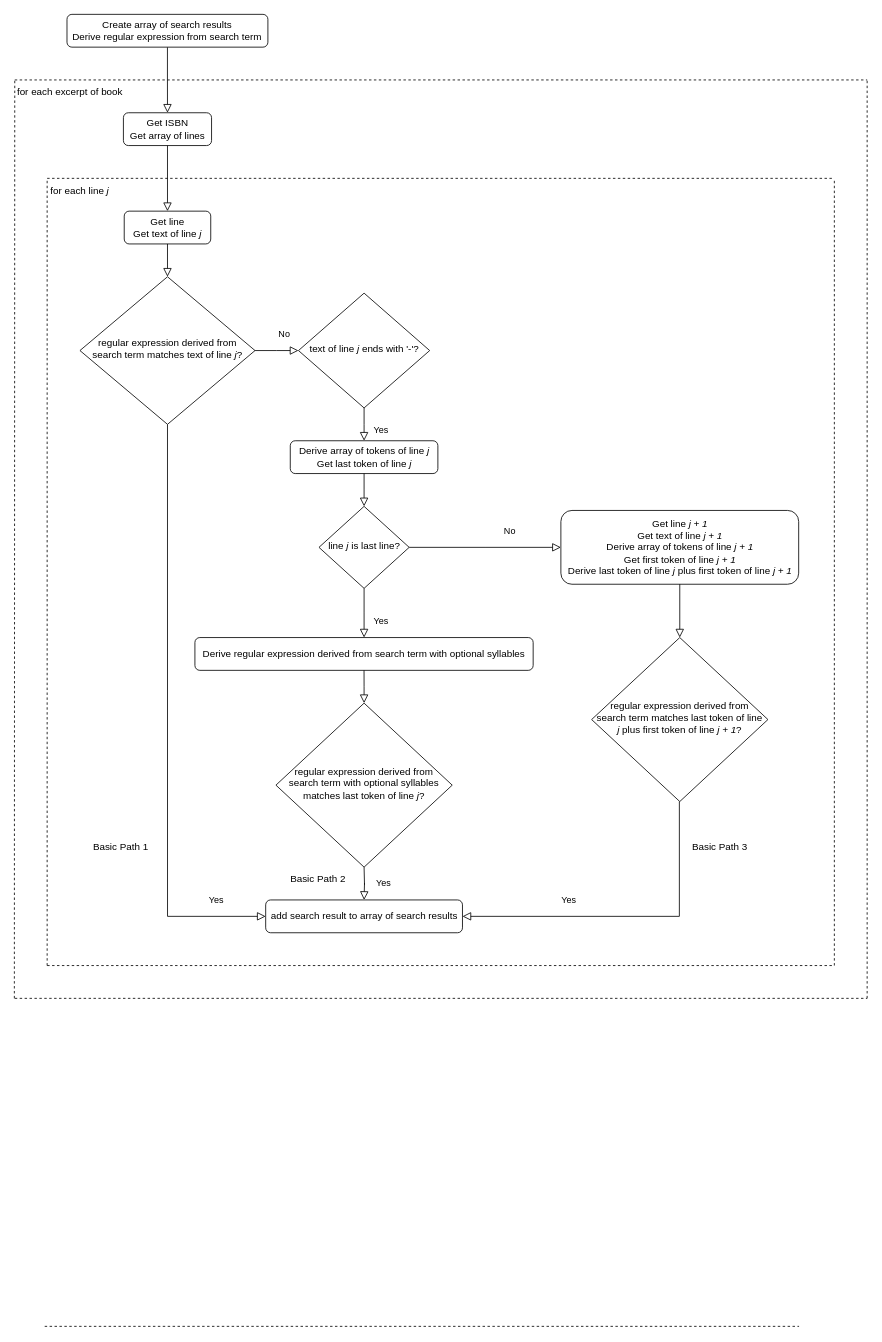
This is Flow_Chart_For_findSearchTermInBooks.drawio from tslever/usdc-find-search-term-in-books, a draw.io file, before an edit. Source tidied: cells renumbered, new cells numbered last; positions are measured from the earlier drawing's top-left corner, leaving out a move shared by most shapes. Both pictures are drawn from the tidied source at 82%, with x=0, y=0 at pixel (14, 14).
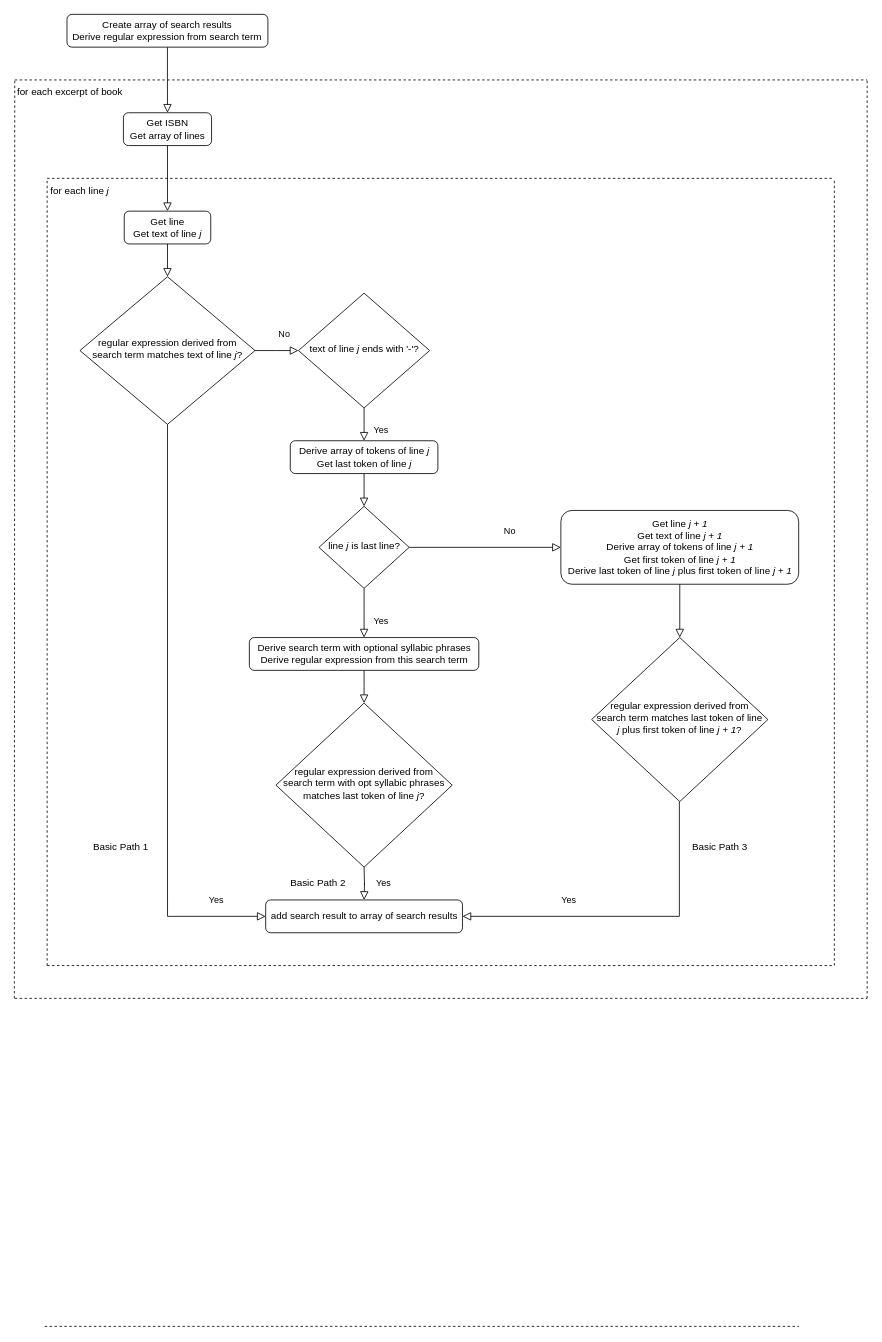
Above is the later version.

Commit message (it also covers changes not shown here):
Changed Optional Syllables to Optional Syllabic Phrases

The edit, as a diff of the source:
```diff
@@
-    <mxCell id="20" value="Derive regular expression derived from search term with optional syllables" style="rounded=1;whiteSpace=wrap;html=1;fontSize=12;glass=0;strokeWidth=1;shadow=0;" parent="1" vertex="1">
-      <mxGeometry x="220.2" y="760" width="412.5" height="40" as="geometry" />
+    <mxCell id="20" value="Derive search term with optional syllabic phrases&lt;br&gt;Derive regular expression from this search term" style="rounded=1;whiteSpace=wrap;html=1;fontSize=12;glass=0;strokeWidth=1;shadow=0;" parent="1" vertex="1">
+      <mxGeometry x="286.6" y="760" width="279.8" height="40" as="geometry" />
     </mxCell>
@@
-    <mxCell id="22" value="regular expression derived from search term with optional syllables matches last token of line &lt;i&gt;j&lt;/i&gt;?" style="rhombus;whiteSpace=wrap;html=1;shadow=0;fontFamily=Helvetica;fontSize=12;align=center;strokeWidth=1;spacing=6;spacingTop=-4;" parent="1" vertex="1">
+    <mxCell id="22" value="regular expression derived from search term with opt syllabic phrases matches last token of line &lt;i&gt;j&lt;/i&gt;?" style="rhombus;whiteSpace=wrap;html=1;shadow=0;fontFamily=Helvetica;fontSize=12;align=center;strokeWidth=1;spacing=6;spacingTop=-4;" parent="1" vertex="1">
       <mxGeometry x="319" y="840" width="215" height="200" as="geometry" />
     </mxCell>
@@
     <mxCell id="39" value="Basic Path 2" style="text;html=1;strokeColor=none;fillColor=none;align=center;verticalAlign=middle;whiteSpace=wrap;rounded=0;" parent="1" vertex="1">
-      <mxGeometry x="330" y="1040" width="80.5" height="30" as="geometry" />
+      <mxGeometry x="330" y="1050" width="80.5" height="20" as="geometry" />
     </mxCell>
```
